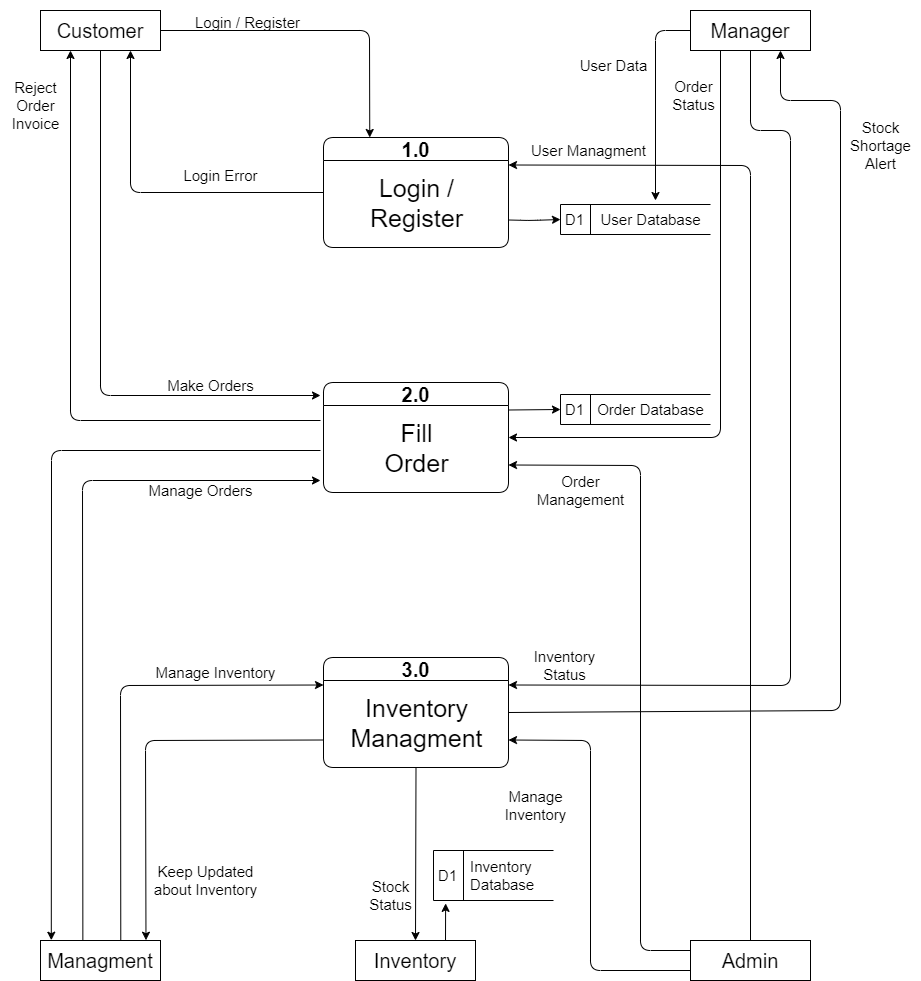
AnushkaIsuranga/Stock_Portal_for_Spice_Co. keeps this draw.io diagram as Documentation/Charts/DFD(Level0).png. Above is the earlier version. Source tidied: cells renumbered, new cells last; positions are measured from the earlier drawing's top-left corner, leaving out a move shared by most shapes.
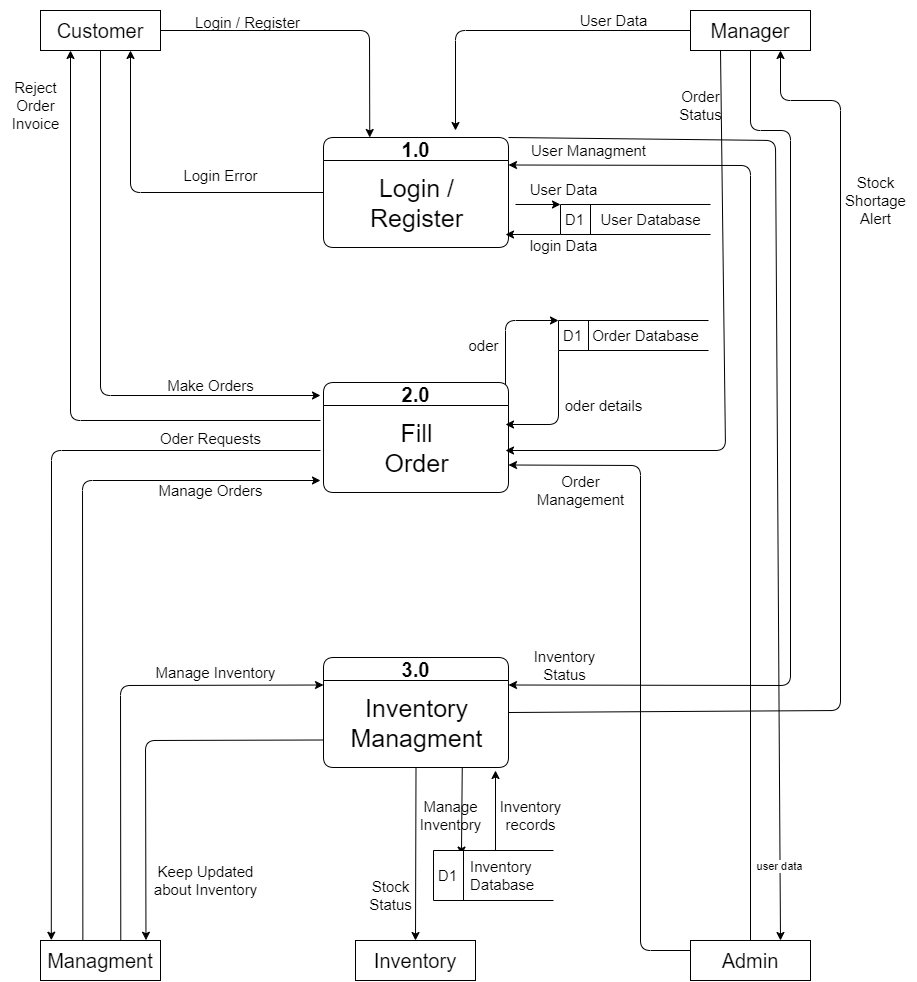
The same file after the commit.

What changed in the source:
```diff
@@ -13,10 +13,11 @@
     <mxCell id="3" value="&lt;font style=&quot;font-size: 20px;&quot;&gt;Customer&lt;/font&gt;" style="rounded=0;whiteSpace=wrap;html=1;fontSize=14;" parent="1" vertex="1">
       <mxGeometry x="40" y="10" width="120" height="40" as="geometry" />
     </mxCell>
-    <mxCell id="4" style="edgeStyle=none;html=1;exitX=0.25;exitY=1;exitDx=0;exitDy=0;entryX=1;entryY=0.5;entryDx=0;entryDy=0;fontSize=15;" parent="1" edge="1" source="6" target="21">
+    <mxCell id="4" style="edgeStyle=none;html=1;exitX=0.25;exitY=1;exitDx=0;exitDy=0;fontSize=15;" parent="1" edge="1" source="6">
       <mxGeometry relative="1" as="geometry">
+        <mxPoint x="505" y="450" as="targetPoint" />
         <Array as="points">
-          <mxPoint x="720" y="437" />
+          <mxPoint x="725" y="450" />
         </Array>
       </mxGeometry>
     </mxCell>
@@ -50,9 +51,6 @@
     <mxCell id="9" value="&lt;div style=&quot;text-align: start;&quot;&gt;&lt;span style=&quot;font-size: 20px;&quot;&gt;Admin&lt;/span&gt;&lt;/div&gt;" style="rounded=0;whiteSpace=wrap;html=1;fontSize=14;" parent="1" vertex="1">
       <mxGeometry x="690" y="940" width="120" height="40" as="geometry" />
     </mxCell>
-    <mxCell id="10" style="edgeStyle=none;html=1;exitX=0.75;exitY=0;exitDx=0;exitDy=0;entryX=0.101;entryY=1.058;entryDx=0;entryDy=0;entryPerimeter=0;fontSize=15;" parent="1" edge="1" source="11" target="39">
-      <mxGeometry relative="1" as="geometry" />
-    </mxCell>
     <mxCell id="11" value="&lt;div style=&quot;text-align: start;&quot;&gt;&lt;span style=&quot;font-size: 20px;&quot;&gt;Inventory&lt;/span&gt;&lt;/div&gt;" style="rounded=0;whiteSpace=wrap;html=1;fontSize=14;" parent="1" vertex="1">
       <mxGeometry x="355" y="940" width="120" height="40" as="geometry" />
     </mxCell>
@@ -74,13 +72,21 @@
     <mxCell id="14" value="&lt;div style=&quot;text-align: start;&quot;&gt;&lt;span style=&quot;font-size: 20px;&quot;&gt;Managment&lt;/span&gt;&lt;/div&gt;" style="rounded=0;whiteSpace=wrap;html=1;fontSize=14;" parent="1" vertex="1">
       <mxGeometry x="40" y="940" width="120" height="40" as="geometry" />
     </mxCell>
-    <mxCell id="15" style="edgeStyle=none;html=1;exitX=1;exitY=0.75;exitDx=0;exitDy=0;entryX=0;entryY=0.5;entryDx=0;entryDy=0;fontSize=15;" parent="1" edge="1" source="16" target="34">
+    <mxCell id="15" style="edgeStyle=none;html=1;entryX=0;entryY=0;entryDx=0;entryDy=0;fontSize=15;" parent="1" edge="1" target="34">
       <mxGeometry relative="1" as="geometry">
-        <Array as="points">
-          <mxPoint x="530" y="220" />
-        </Array>
+        <mxPoint x="515" y="204" as="sourcePoint" />
       </mxGeometry>
     </mxCell>
+    <mxCell id="53" style="edgeStyle=none;html=1;exitX=1;exitY=0;exitDx=0;exitDy=0;entryX=0.75;entryY=0;entryDx=0;entryDy=0;" parent="1" edge="1" source="16" target="9">
+      <mxGeometry relative="1" as="geometry">
+        <Array as="points">
+          <mxPoint x="775" y="140" />
+        </Array>
+      </mxGeometry>
+    </mxCell>
+    <mxCell id="54" value="user data" style="edgeLabel;html=1;align=center;verticalAlign=middle;" parent="53" vertex="1">
+      <mxGeometry x="0.86" y="-1" relative="1" as="geometry" />
+    </mxCell>
     <mxCell id="16" value="&lt;font style=&quot;font-size: 20px;&quot;&gt;1.0&lt;/font&gt;" style="swimlane;whiteSpace=wrap;html=1;rounded=1;fontSize=15;" parent="1" vertex="1">
       <mxGeometry x="323" y="137" width="185" height="110" as="geometry" />
     </mxCell>
@@ -103,9 +109,27 @@
         </Array>
       </mxGeometry>
     </mxCell>
+    <mxCell id="55" value="&lt;font style=&quot;font-size: 15px;&quot;&gt;Oder Requests&lt;/font&gt;" style="edgeLabel;html=1;align=center;verticalAlign=middle;" parent="19" vertex="1">
+      <mxGeometry x="-0.7" y="-1" relative="1" as="geometry">
+        <mxPoint x="3" y="-12" as="offset" />
+      </mxGeometry>
+    </mxCell>
-    <mxCell id="20" style="edgeStyle=none;html=1;exitX=1;exitY=0.25;exitDx=0;exitDy=0;entryX=0;entryY=0.5;entryDx=0;entryDy=0;fontSize=15;" parent="1" edge="1" source="21" target="37">
-      <mxGeometry relative="1" as="geometry" />
+    <mxCell id="20" style="edgeStyle=none;html=1;entryX=0;entryY=0;entryDx=0;entryDy=0;fontSize=15;" parent="1" edge="1" target="37">
+      <mxGeometry relative="1" as="geometry">
+        <mxPoint x="505" y="394" as="sourcePoint" />
+        <Array as="points">
+          <mxPoint x="505" y="320" />
+        </Array>
+      </mxGeometry>
     </mxCell>
+    <mxCell id="56" style="edgeStyle=none;html=1;exitX=0;exitY=1;exitDx=0;exitDy=0;" parent="1" edge="1" source="37">
+      <mxGeometry relative="1" as="geometry">
+        <mxPoint x="505" y="424" as="targetPoint" />
+        <Array as="points">
+          <mxPoint x="558" y="424" />
+        </Array>
+      </mxGeometry>
+    </mxCell>
     <mxCell id="21" value="&lt;font style=&quot;font-size: 20px;&quot;&gt;2.0&lt;/font&gt;" style="swimlane;whiteSpace=wrap;html=1;rounded=1;fontSize=15;" parent="1" vertex="1">
       <mxGeometry x="323" y="382" width="185" height="110" as="geometry" />
     </mxCell>
@@ -131,6 +155,14 @@
         </Array>
       </mxGeometry>
     </mxCell>
+    <mxCell id="57" style="edgeStyle=none;html=1;exitX=0.75;exitY=1;exitDx=0;exitDy=0;entryX=0.233;entryY=0.092;entryDx=0;entryDy=0;entryPerimeter=0;" parent="1" edge="1" source="26" target="39">
+      <mxGeometry relative="1" as="geometry" />
+    </mxCell>
+    <mxCell id="58" style="edgeStyle=none;html=1;exitX=0.3;exitY=0;exitDx=0;exitDy=0;exitPerimeter=0;" parent="1" edge="1" source="40">
+      <mxGeometry relative="1" as="geometry">
+        <mxPoint x="495" y="770" as="targetPoint" />
+      </mxGeometry>
+    </mxCell>
     <mxCell id="26" value="&lt;font style=&quot;font-size: 20px;&quot;&gt;3.0&lt;/font&gt;" style="swimlane;whiteSpace=wrap;html=1;rounded=1;fontSize=15;" parent="1" vertex="1">
       <mxGeometry x="323" y="657" width="185" height="110" as="geometry" />
     </mxCell>
@@ -149,14 +181,14 @@
     </mxCell>
     <mxCell id="30" style="endArrow=classic;html=1;fontSize=15;exitX=0;exitY=0.5;exitDx=0;exitDy=0;" parent="1" edge="1" source="6">
       <mxGeometry relative="1" as="geometry">
-        <mxPoint x="655" y="200" as="targetPoint" />
+        <mxPoint x="455" y="130" as="targetPoint" />
         <Array as="points">
-          <mxPoint x="655" y="30" />
+          <mxPoint x="455" y="30" />
         </Array>
       </mxGeometry>
     </mxCell>
     <mxCell id="31" value="User Data" style="text;html=1;align=center;verticalAlign=middle;strokeColor=none;fillColor=none;fontSize=15;" parent="1" vertex="1">
-      <mxGeometry x="568" y="50" width="90" height="30" as="geometry" />
+      <mxGeometry x="568" y="5" width="90" height="30" as="geometry" />
     </mxCell>
     <mxCell id="32" style="endArrow=classic;html=1;fontSize=15;entryX=0.75;entryY=1;entryDx=0;entryDy=0;exitX=0;exitY=0.5;exitDx=0;exitDy=0;" parent="1" edge="1" source="16" target="3">
       <mxGeometry relative="1" as="geometry">
@@ -174,19 +206,11 @@
     <mxCell id="35" value="User Database" style="text;html=1;align=center;verticalAlign=middle;strokeColor=none;fillColor=none;fontSize=15;" parent="1" vertex="1">
       <mxGeometry x="590" y="204" width="120" height="30" as="geometry" />
     </mxCell>
-    <mxCell id="36" style="endArrow=classic;html=1;fontSize=15;exitX=0;exitY=0.75;exitDx=0;exitDy=0;entryX=1;entryY=0.75;entryDx=0;entryDy=0;" parent="1" edge="1" source="9" target="26">
-      <mxGeometry relative="1" as="geometry">
-        <Array as="points">
-          <mxPoint x="590" y="970" />
-          <mxPoint x="590" y="740" />
-        </Array>
-      </mxGeometry>
-    </mxCell>
     <mxCell id="37" value="D1" style="html=1;dashed=0;whitespace=wrap;shape=mxgraph.dfd.dataStoreID;align=left;spacingLeft=3;points=[[0,0],[0.5,0],[1,0],[0,0.5],[1,0.5],[0,1],[0.5,1],[1,1]];rounded=1;fontSize=15;" parent="1" vertex="1">
-      <mxGeometry x="560" y="394" width="150" height="30" as="geometry" />
+      <mxGeometry x="558" y="320" width="150" height="30" as="geometry" />
     </mxCell>
     <mxCell id="38" value="Order Database" style="text;html=1;align=center;verticalAlign=middle;strokeColor=none;fillColor=none;fontSize=15;" parent="1" vertex="1">
-      <mxGeometry x="585" y="394" width="130" height="30" as="geometry" />
+      <mxGeometry x="580" y="320" width="130" height="30" as="geometry" />
     </mxCell>
     <mxCell id="39" value="D1" style="html=1;dashed=0;whitespace=wrap;shape=mxgraph.dfd.dataStoreID;align=left;spacingLeft=3;points=[[0,0],[0.5,0],[1,0],[0,0.5],[1,0.5],[0,1],[0.5,1],[1,1]];rounded=1;fontSize=15;" parent="1" vertex="1">
       <mxGeometry x="433" y="850" width="120" height="50" as="geometry" />
@@ -198,10 +222,10 @@
       <mxGeometry x="518" y="135" width="140" height="30" as="geometry" />
     </mxCell>
     <mxCell id="42" value="Stock&lt;br&gt;Shortage&lt;br&gt;Alert" style="text;html=1;align=center;verticalAlign=middle;strokeColor=none;fillColor=none;fontSize=15;" parent="1" vertex="1">
-      <mxGeometry x="840" y="110" width="80" height="70" as="geometry" />
+      <mxGeometry x="835" y="165" width="80" height="70" as="geometry" />
     </mxCell>
     <mxCell id="43" value="Order &lt;br&gt;Status" style="text;html=1;align=center;verticalAlign=middle;strokeColor=none;fillColor=none;fontSize=15;" parent="1" vertex="1">
-      <mxGeometry x="658" y="70" width="70" height="50" as="geometry" />
+      <mxGeometry x="665" y="80" width="70" height="50" as="geometry" />
     </mxCell>
     <mxCell id="44" value="Order &lt;br&gt;Management" style="text;html=1;align=center;verticalAlign=middle;strokeColor=none;fillColor=none;fontSize=15;" parent="1" vertex="1">
       <mxGeometry x="525" y="465" width="110" height="50" as="geometry" />
@@ -210,7 +234,7 @@
       <mxGeometry x="519" y="640" width="90" height="50" as="geometry" />
     </mxCell>
     <mxCell id="46" value="Manage&lt;br&gt;Inventory" style="text;html=1;align=center;verticalAlign=middle;strokeColor=none;fillColor=none;fontSize=15;" parent="1" vertex="1">
-      <mxGeometry x="490" y="780" width="90" height="50" as="geometry" />
+      <mxGeometry x="405" y="790" width="90" height="50" as="geometry" />
     </mxCell>
     <mxCell id="47" value="Stock&lt;br&gt;Status" style="text;html=1;align=center;verticalAlign=middle;strokeColor=none;fillColor=none;fontSize=15;" parent="1" vertex="1">
       <mxGeometry x="355" y="870" width="70" height="50" as="geometry" />
@@ -222,7 +246,7 @@
       <mxGeometry x="145" y="657" width="140" height="30" as="geometry" />
     </mxCell>
     <mxCell id="50" value="Manage Orders" style="text;html=1;align=center;verticalAlign=middle;strokeColor=none;fillColor=none;fontSize=15;" parent="1" vertex="1">
-      <mxGeometry x="135" y="475" width="130" height="30" as="geometry" />
+      <mxGeometry x="145" y="475" width="130" height="30" as="geometry" />
     </mxCell>
     <mxCell id="51" value="Make Orders" style="text;html=1;align=center;verticalAlign=middle;strokeColor=none;fillColor=none;fontSize=15;" parent="1" vertex="1">
       <mxGeometry x="155" y="370" width="110" height="30" as="geometry" />
@@ -230,5 +254,25 @@
     <mxCell id="52" value="Reject&lt;br&gt;Order&lt;br&gt;Invoice" style="text;html=1;align=center;verticalAlign=middle;strokeColor=none;fillColor=none;fontSize=15;" parent="1" vertex="1">
       <mxGeometry y="70" width="70" height="70" as="geometry" />
     </mxCell>
+    <mxCell id="59" style="edgeStyle=none;html=1;fontSize=15;exitX=0;exitY=1;exitDx=0;exitDy=0;" parent="1" edge="1" source="34">
+      <mxGeometry relative="1" as="geometry">
+        <mxPoint x="505" y="234" as="targetPoint" />
+      </mxGeometry>
+    </mxCell>
+    <mxCell id="60" value="login Data" style="text;html=1;align=center;verticalAlign=middle;strokeColor=none;fillColor=none;fontSize=15;" parent="1" vertex="1">
+      <mxGeometry x="518" y="230" width="90" height="30" as="geometry" />
+    </mxCell>
+    <mxCell id="61" value="User Data" style="text;html=1;align=center;verticalAlign=middle;strokeColor=none;fillColor=none;fontSize=15;" parent="1" vertex="1">
+      <mxGeometry x="518" y="174" width="90" height="30" as="geometry" />
+    </mxCell>
+    <mxCell id="62" value="Inventory &lt;br&gt;records" style="text;html=1;align=center;verticalAlign=middle;strokeColor=none;fillColor=none;fontSize=15;" parent="1" vertex="1">
+      <mxGeometry x="485" y="790" width="90" height="50" as="geometry" />
+    </mxCell>
+    <mxCell id="63" value="oder" style="text;html=1;align=center;verticalAlign=middle;strokeColor=none;fillColor=none;fontSize=15;" parent="1" vertex="1">
+      <mxGeometry x="458" y="330" width="50" height="30" as="geometry" />
+    </mxCell>
+    <mxCell id="64" value="oder details" style="text;html=1;align=center;verticalAlign=middle;strokeColor=none;fillColor=none;fontSize=15;" parent="1" vertex="1">
+      <mxGeometry x="553" y="390" width="100" height="30" as="geometry" />
+    </mxCell>
   </root>
 </mxGraphModel>
```
